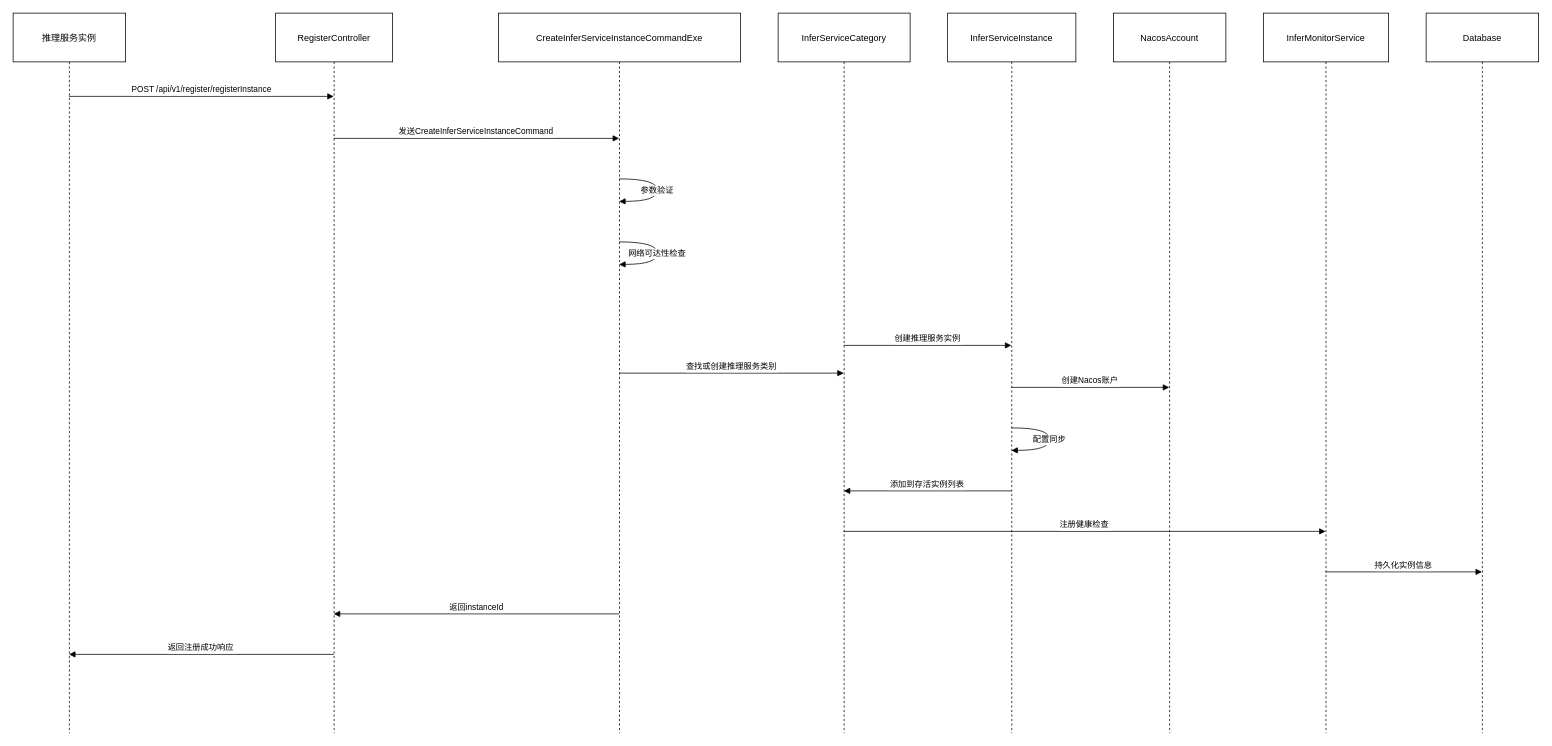
Earlier version of the draw.io diagram 1.drawio (monster-46173/djjs). Source tidied: cells renumbered, new cells numbered last; positions are measured from the earlier drawing's top-left corner, leaving out a move shared by most shapes. Both pictures are drawn from the tidied source at 75%, with x=0, y=0 at pixel (13, 13).
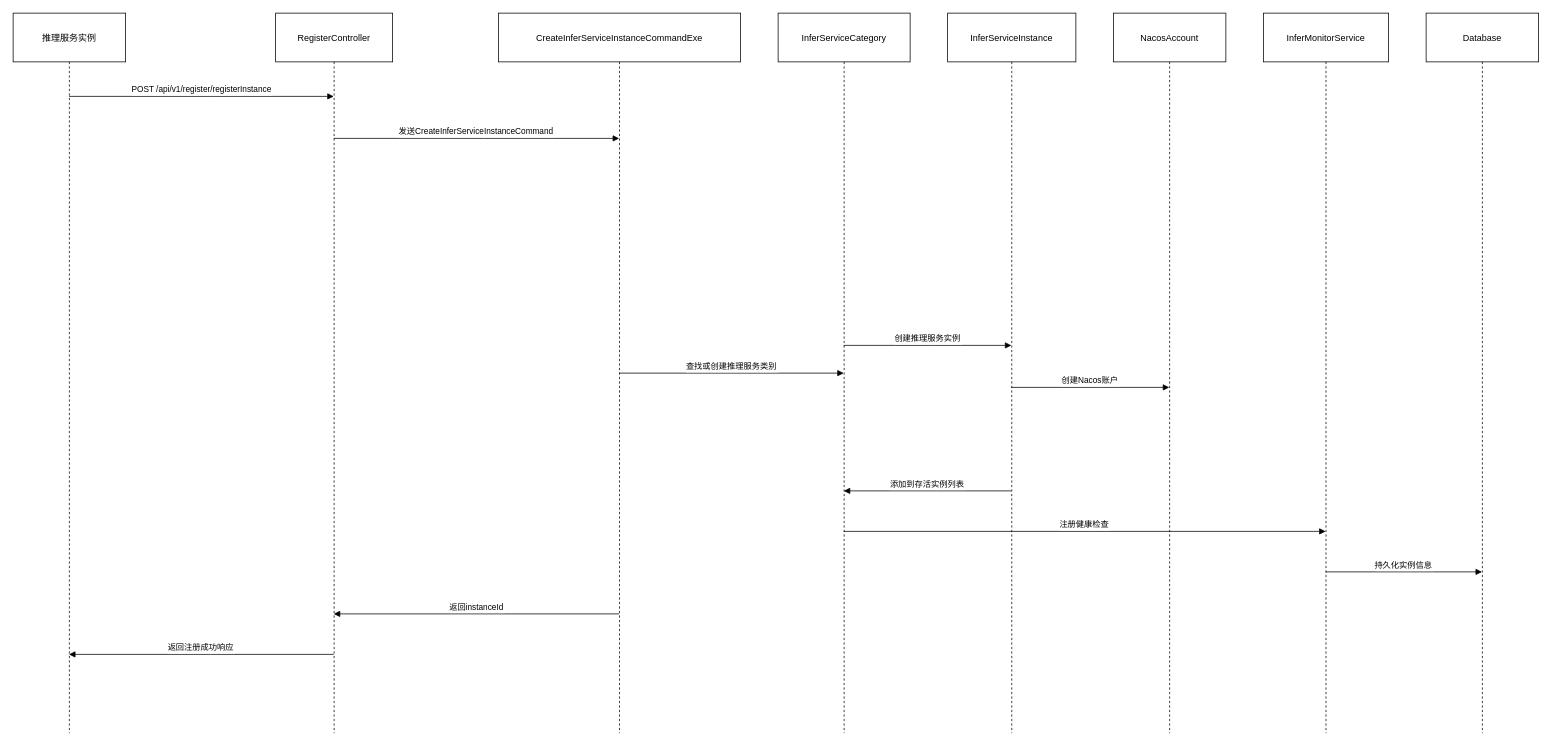
The same diagram, later.

Unchanged cells that the change refers to:
```xml
<mxCell id="4" value="CreateInferServiceInstanceCommandExe" style="shape=umlLifeline;perimeter=lifelinePerimeter;whiteSpace=wrap;outlineConnect=0;portConstraint=eastwest;newEdgeStyle={&quot;edgeStyle&quot;:&quot;elbowEdgeStyle&quot;,&quot;elbow&quot;:&quot;vertical&quot;,&quot;curved&quot;:0,&quot;rounded&quot;:0};size=65;" parent="1" vertex="1">
  <mxGeometry x="647" width="323" height="960" as="geometry" />
</mxCell>
<mxCell id="6" value="InferServiceInstance" style="shape=umlLifeline;perimeter=lifelinePerimeter;whiteSpace=wrap;outlineConnect=0;portConstraint=eastwest;newEdgeStyle={&quot;edgeStyle&quot;:&quot;elbowEdgeStyle&quot;,&quot;elbow&quot;:&quot;vertical&quot;,&quot;curved&quot;:0,&quot;rounded&quot;:0};size=65;" parent="1" vertex="1">
  <mxGeometry x="1246" width="171" height="960" as="geometry" />
</mxCell>
```

What changed in the source:
```diff
@@
-    <mxCell id="12" value="参数验证" style="curved=1;endArrow=block;rounded=0;" parent="1" edge="1" source="4" target="4">
-      <mxGeometry relative="1" as="geometry">
-        <Array as="points">
-          <mxPoint x="859" y="221" />
-          <mxPoint x="859" y="251" />
-        </Array>
-      </mxGeometry>
-    </mxCell>
-    <mxCell id="13" value="网络可达性检查" style="curved=1;endArrow=block;rounded=0;" parent="1" edge="1" source="4" target="4">
-      <mxGeometry relative="1" as="geometry">
-        <Array as="points">
-          <mxPoint x="859" y="305" />
-          <mxPoint x="859" y="335" />
-        </Array>
-      </mxGeometry>
-    </mxCell>
@@
-    <mxCell id="17" value="配置同步" style="curved=1;endArrow=block;rounded=0;" parent="1" edge="1" source="6" target="6">
-      <mxGeometry relative="1" as="geometry">
-        <Array as="points">
-          <mxPoint x="1382" y="553" />
-          <mxPoint x="1382" y="583" />
-        </Array>
-      </mxGeometry>
-    </mxCell>
```
